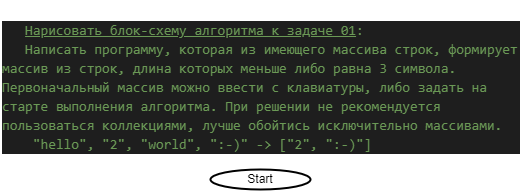
nagovitsin-kgs/ControlWorkChoiceSpecializations keeps this draw.io diagram as ControlTask01/01diagram.drawio.png. Above is the earlier version. Source tidied: cells renumbered, new cells last; positions are measured from the earlier drawing's top-left corner, leaving out a move shared by most shapes.
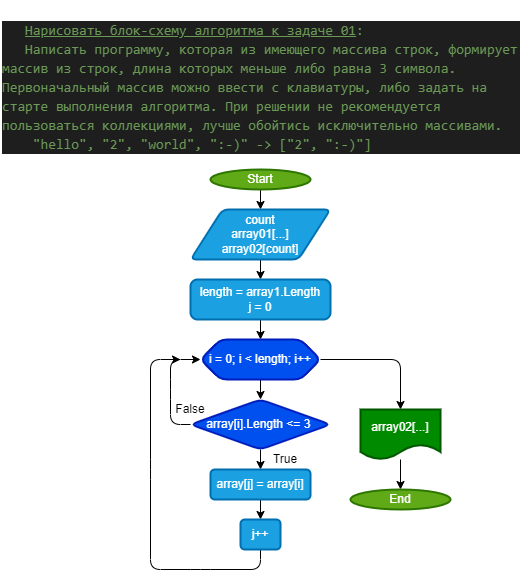
Later version of the same file.

Commit message:
<Блок-схема алгоритма ControlTask01 01diagram.drawio

What changed in the source:
```diff
@@ -5,8 +5,87 @@
     <mxCell id="2" value="&lt;br&gt;&lt;div style=&quot;color: rgb(212, 212, 212); background-color: rgb(30, 30, 30); font-family: Consolas, &amp;quot;Courier New&amp;quot;, monospace; font-weight: normal; font-size: 14px; line-height: 19px;&quot;&gt;&lt;div&gt;&lt;span style=&quot;color: #6a9955;&quot;&gt;&amp;nbsp; &amp;nbsp;&lt;u&gt;Нарисовать блок-схему алгоритма к задаче 01&lt;/u&gt;:&lt;/span&gt;&lt;/div&gt;&lt;div&gt;&lt;span style=&quot;color: rgb(106, 153, 85);&quot;&gt;&amp;nbsp; &amp;nbsp;Написать программу, которая из имеющего массива строк, формирует массив из строк,&amp;nbsp;&lt;/span&gt;&lt;span style=&quot;color: rgb(106, 153, 85);&quot;&gt;длина которых меньше либо равна 3 символа. Первоначальный массив можно ввести с клавиатуры,&amp;nbsp;&lt;/span&gt;&lt;span style=&quot;color: rgb(106, 153, 85);&quot;&gt;либо задать на старте выполнения алгоритма. При решении не рекомендуется пользоваться коллекциями,&amp;nbsp;&lt;/span&gt;&lt;span style=&quot;color: rgb(106, 153, 85);&quot;&gt;лучше обойтись исключительно массивами.&lt;/span&gt;&lt;/div&gt;&lt;div&gt;&lt;span style=&quot;color: #6a9955;&quot;&gt;&amp;nbsp; &amp;nbsp; &quot;hello&quot;, &quot;2&quot;, &quot;world&quot;, &quot;:-)&quot; -&amp;gt; [&quot;2&quot;, &quot;:-)&quot;]&lt;/span&gt;&lt;/div&gt;&lt;/div&gt;" style="text;whiteSpace=wrap;html=1;" parent="1" vertex="1">
       <mxGeometry width="520" height="169" as="geometry" />
     </mxCell>
+    <mxCell id="4" style="edgeStyle=none;html=1;" parent="1" edge="1" source="3" target="6">
+      <mxGeometry relative="1" as="geometry" />
+    </mxCell>
-    <mxCell id="3" value="Start" style="strokeWidth=2;html=1;shape=mxgraph.flowchart.start_1;whiteSpace=wrap;" parent="1" vertex="1">
+    <mxCell id="3" value="Start" style="strokeWidth=2;html=1;shape=mxgraph.flowchart.start_1;whiteSpace=wrap;fillColor=#60a917;fontColor=#ffffff;strokeColor=#2D7600;" parent="1" vertex="1">
       <mxGeometry x="210" y="169" width="100" height="20" as="geometry" />
     </mxCell>
+    <mxCell id="5" style="edgeStyle=none;html=1;" parent="1" edge="1" source="6" target="8">
+      <mxGeometry relative="1" as="geometry" />
+    </mxCell>
+    <mxCell id="6" value="count&lt;br&gt;array01[...]&lt;br&gt;array02[count]" style="shape=parallelogram;html=1;strokeWidth=2;perimeter=parallelogramPerimeter;whiteSpace=wrap;rounded=1;arcSize=12;size=0.23;fillColor=#1ba1e2;strokeColor=#006EAF;fontColor=#ffffff;" parent="1" vertex="1">
+      <mxGeometry x="190" y="209" width="140" height="50" as="geometry" />
+    </mxCell>
+    <mxCell id="7" style="edgeStyle=none;html=1;" parent="1" edge="1" source="8" target="11">
+      <mxGeometry relative="1" as="geometry" />
+    </mxCell>
+    <mxCell id="8" value="length = array1.Length&lt;br&gt;j = 0" style="rounded=1;whiteSpace=wrap;html=1;absoluteArcSize=1;arcSize=14;strokeWidth=2;fillColor=#1ba1e2;fontColor=#ffffff;strokeColor=#006EAF;" parent="1" vertex="1">
+      <mxGeometry x="190" y="279" width="140" height="40" as="geometry" />
+    </mxCell>
+    <mxCell id="9" style="edgeStyle=none;html=1;" parent="1" edge="1" source="11" target="14">
+      <mxGeometry relative="1" as="geometry" />
+    </mxCell>
+    <mxCell id="10" style="edgeStyle=none;html=1;" parent="1" edge="1" source="11" target="22">
+      <mxGeometry relative="1" as="geometry">
+        <Array as="points">
+          <mxPoint x="400" y="359" />
+        </Array>
+      </mxGeometry>
+    </mxCell>
+    <mxCell id="11" value="i = 0; i &amp;lt; length; i++" style="shape=hexagon;perimeter=hexagonPerimeter2;whiteSpace=wrap;html=1;fixedSize=1;rounded=1;arcSize=14;strokeWidth=2;fillColor=#0050ef;fontColor=#ffffff;strokeColor=#001DBC;" parent="1" vertex="1">
+      <mxGeometry x="200" y="339" width="120" height="40" as="geometry" />
+    </mxCell>
+    <mxCell id="12" style="edgeStyle=none;html=1;" parent="1" edge="1" source="14" target="16">
+      <mxGeometry relative="1" as="geometry" />
+    </mxCell>
+    <mxCell id="13" style="edgeStyle=none;html=1;entryX=0;entryY=0.5;entryDx=0;entryDy=0;" parent="1" edge="1" source="14" target="11">
+      <mxGeometry relative="1" as="geometry">
+        <Array as="points">
+          <mxPoint x="170" y="424" />
+          <mxPoint x="170" y="389" />
+          <mxPoint x="170" y="359" />
+        </Array>
+      </mxGeometry>
+    </mxCell>
+    <mxCell id="14" value="array[i].Length &amp;lt;= 3&amp;nbsp;" style="rhombus;whiteSpace=wrap;html=1;rounded=1;arcSize=14;strokeWidth=2;fillColor=#0050ef;fontColor=#ffffff;strokeColor=#001DBC;" parent="1" vertex="1">
+      <mxGeometry x="190" y="399" width="140" height="50" as="geometry" />
+    </mxCell>
+    <mxCell id="15" style="edgeStyle=none;html=1;" parent="1" edge="1" source="16" target="18">
+      <mxGeometry relative="1" as="geometry" />
+    </mxCell>
+    <mxCell id="16" value="array[j] = array[i]&lt;br&gt;" style="rounded=1;whiteSpace=wrap;html=1;arcSize=14;strokeWidth=2;fillColor=#1ba1e2;fontColor=#ffffff;strokeColor=#006EAF;" parent="1" vertex="1">
+      <mxGeometry x="210" y="469" width="100" height="30" as="geometry" />
+    </mxCell>
+    <mxCell id="17" style="edgeStyle=none;html=1;" parent="1" edge="1" source="18">
+      <mxGeometry relative="1" as="geometry">
+        <mxPoint x="180" y="359" as="targetPoint" />
+        <Array as="points">
+          <mxPoint x="260" y="569" />
+          <mxPoint x="200" y="569" />
+          <mxPoint x="150" y="569" />
+          <mxPoint x="150" y="469" />
+          <mxPoint x="150" y="359" />
+        </Array>
+      </mxGeometry>
+    </mxCell>
+    <mxCell id="18" value="j++" style="rounded=1;whiteSpace=wrap;html=1;arcSize=14;strokeWidth=2;fillColor=#1ba1e2;fontColor=#ffffff;strokeColor=#006EAF;" parent="1" vertex="1">
+      <mxGeometry x="240" y="519" width="40" height="30" as="geometry" />
+    </mxCell>
+    <mxCell id="19" value="False" style="text;html=1;strokeColor=none;fillColor=none;align=center;verticalAlign=middle;whiteSpace=wrap;rounded=0;" parent="1" vertex="1">
+      <mxGeometry x="170" y="399" width="40" height="20" as="geometry" />
+    </mxCell>
+    <mxCell id="20" value="True" style="text;html=1;strokeColor=none;fillColor=none;align=center;verticalAlign=middle;whiteSpace=wrap;rounded=0;" parent="1" vertex="1">
+      <mxGeometry x="270" y="449" width="30" height="20" as="geometry" />
+    </mxCell>
+    <mxCell id="21" style="edgeStyle=none;html=1;" parent="1" edge="1" source="22" target="23">
+      <mxGeometry relative="1" as="geometry" />
+    </mxCell>
+    <mxCell id="22" value="array02[...]" style="shape=document;whiteSpace=wrap;html=1;boundedLbl=1;rounded=1;arcSize=14;strokeWidth=2;fillColor=#008a00;fontColor=#ffffff;strokeColor=#005700;" parent="1" vertex="1">
+      <mxGeometry x="360" y="409" width="80" height="50" as="geometry" />
+    </mxCell>
+    <mxCell id="23" value="End" style="strokeWidth=2;html=1;shape=mxgraph.flowchart.start_1;whiteSpace=wrap;fillColor=#60a917;fontColor=#ffffff;strokeColor=#2D7600;" parent="1" vertex="1">
+      <mxGeometry x="350" y="489" width="100" height="20" as="geometry" />
+    </mxCell>
   </root>
 </mxGraphModel>
```
